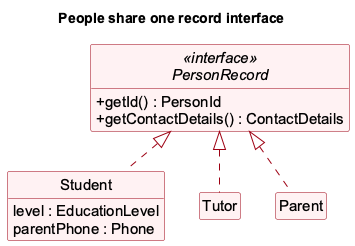
The PlantUML diagram docs/images/DomainPeopleStructure.png in AY2627S1-CS2103T-F13-3/tp, before a commit.
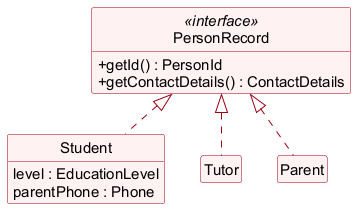
The same file after the commit.

Change to the diagram source:
```diff
@@ -13,8 +13,7 @@
 hide circle
 hide empty members
 
-title People share one record interface
-interface PersonRecord <<interface>> {
+class PersonRecord <<interface>> {
   + getId() : PersonId
   + getContactDetails() : ContactDetails
 }
```
